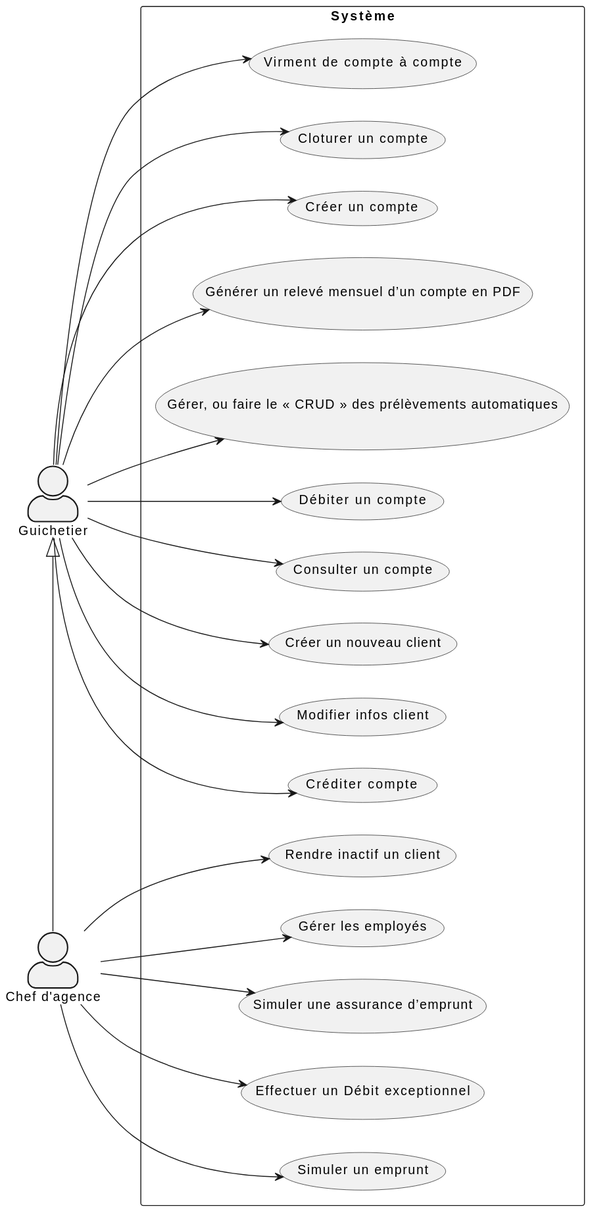
This is plantuml/use-case-v3.svg from IUT-Blagnac/sae2022-bank-1b03, a PlantUML export, as it was before one commit. The source it was exported from:
```plantuml
@startuml
skinparam actorStyle awesome
:Chef d'agence:
:Guichetier:
rectangle Système {
    (Rendre inactif un client)
    (Gérer les employés)
    (Débiter un compte)
    (Consulter un compte)
    (Créer un nouveau client)
    (Modifier infos client)
    (Créditer compte)
    (Virment de compte à compte)
    (Cloturer un compte)
    (Créer un compte)
    (Générer un relevé mensuel d’un compte en PDF)
    (Gérer, ou faire le « CRUD » des prélèvements automatiques)
    (Effectuer un Débit exceptionnel)
    (Simuler un emprunt)
    (Simuler une assurance d’emprunt)
}


(Guichetier) <|-right- (Chef d'agence)

left to right direction
:Chef d'agence: --> (Rendre inactif un client)
:Chef d'agence: --> (Gérer les employés)
:Chef d'agence: --> (Effectuer un Débit exceptionnel)
:Chef d'agence: --> (Simuler un emprunt)
:Chef d'agence: --> (Simuler une assurance d’emprunt)


(Guichetier) --> (Débiter un compte)
(Guichetier) --> (Consulter un compte)
(Guichetier) --> (Créer un nouveau client)
(Guichetier) --> (Modifier infos client)
(Guichetier) --> (Créditer compte)
(Guichetier) --> (Virment de compte à compte)
(Guichetier) --> (Cloturer un compte)
(Guichetier) --> (Créer un compte)
(Guichetier) --> (Générer un relevé mensuel d’un compte en PDF)
(Guichetier) --> (Gérer, ou faire le « CRUD » des prélèvements automatiques)
@enduml
```
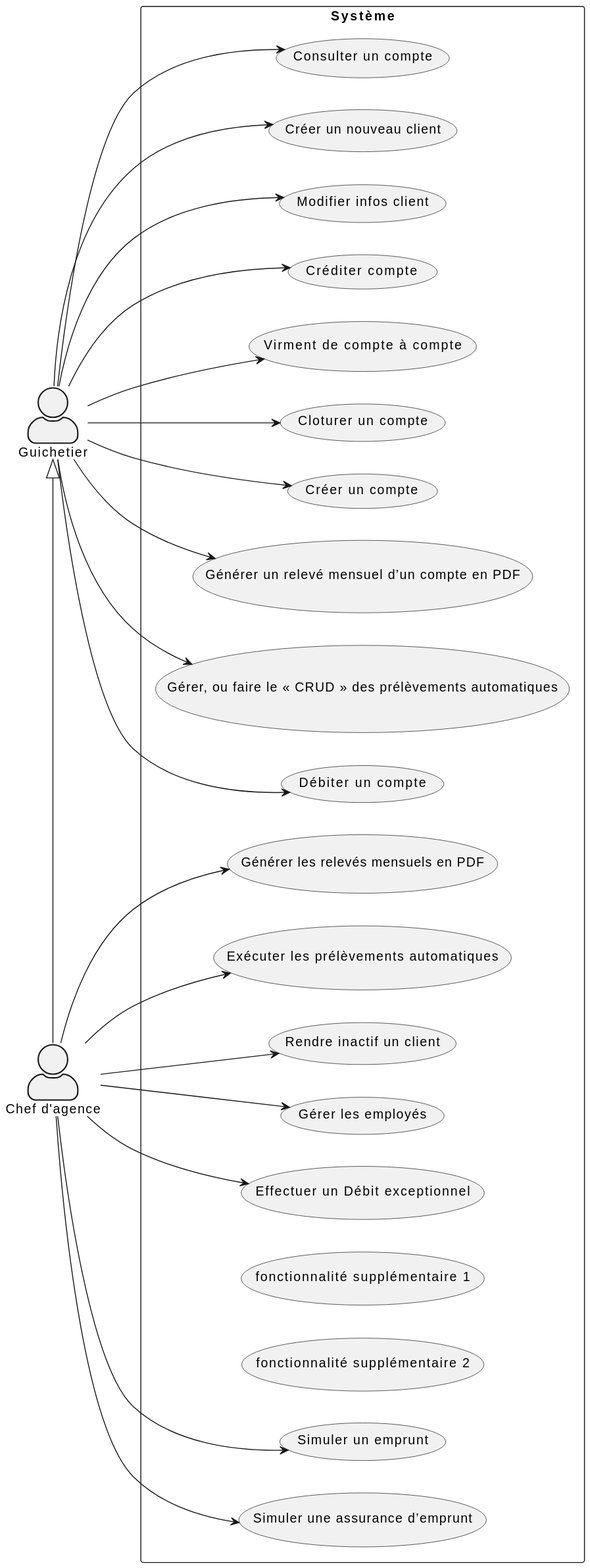
Later version of the same file.

Change to the diagram source:
```diff
@@ -13,11 +13,17 @@
     (Virment de compte à compte)
     (Cloturer un compte)
     (Créer un compte)
+
     (Générer un relevé mensuel d’un compte en PDF)
     (Gérer, ou faire le « CRUD » des prélèvements automatiques)
     (Effectuer un Débit exceptionnel)
     (Simuler un emprunt)
     (Simuler une assurance d’emprunt)
+
+    (fonctionnalité supplémentaire 1)
+    (fonctionnalité supplémentaire 2)
+    (Générer les relevés mensuels en PDF)
+    (Exécuter les prélèvements automatiques)
 }
 
 
@@ -30,6 +36,9 @@
 :Chef d'agence: --> (Simuler un emprunt)
 :Chef d'agence: --> (Simuler une assurance d’emprunt)
 
+:Chef d'agence: --> (Générer les relevés mensuels en PDF)
+:Chef d'agence: --> (Exécuter les prélèvements automatiques)
+
 
 (Guichetier) --> (Débiter un compte)
 (Guichetier) --> (Consulter un compte)
@@ -39,6 +48,7 @@
 (Guichetier) --> (Virment de compte à compte)
 (Guichetier) --> (Cloturer un compte)
 (Guichetier) --> (Créer un compte)
+
 (Guichetier) --> (Générer un relevé mensuel d’un compte en PDF)
 (Guichetier) --> (Gérer, ou faire le « CRUD » des prélèvements automatiques)
 @enduml
```
